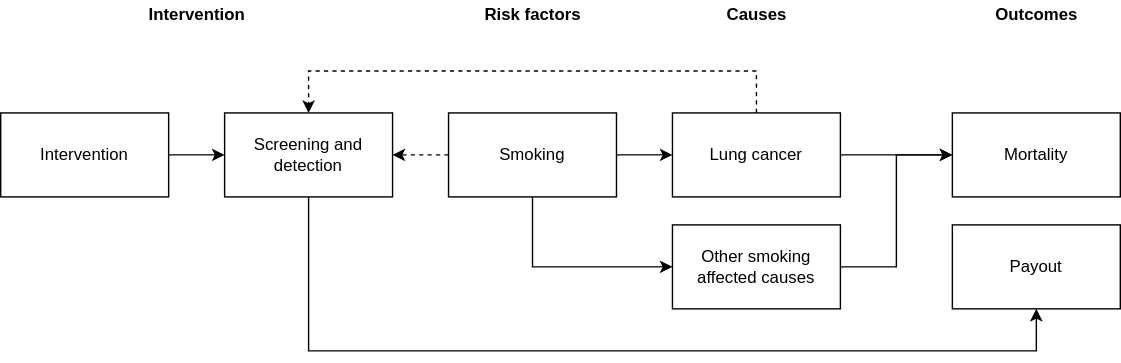
ihmeuw/vivarium_research keeps this draw.io diagram as docs/source/concept_models/vivarium_swissre_lungcancer/concept_model_diagram.svg. Above is the earlier version. Source tidied: cells renumbered, new cells last; positions are measured from the earlier drawing's top-left corner, leaving out a move shared by most shapes.
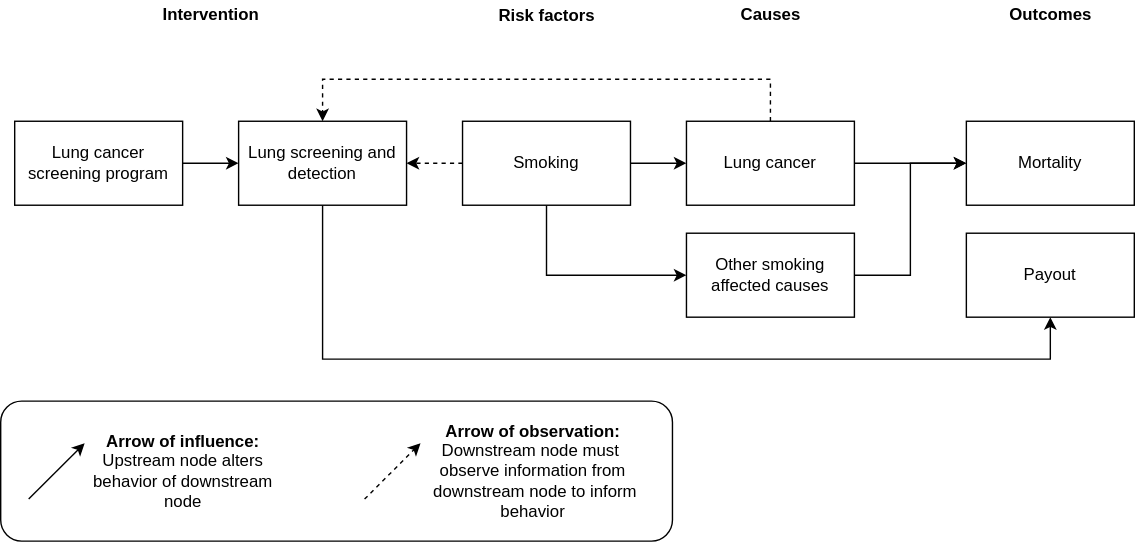
The same diagram one commit later.

Commit message:
update concept model diagram with legend

Change to the diagram source:
```diff
@@ -2,10 +2,13 @@
   <root>
     <mxCell id="0" />
     <mxCell id="1" parent="0" />
+    <mxCell id="21" style="rounded=1;whiteSpace=wrap;html=1;" parent="1" vertex="1">
+      <mxGeometry x="-10" y="280" width="480" height="100" as="geometry" />
+    </mxCell>
     <mxCell id="2" style="edgeStyle=orthogonalEdgeStyle;rounded=0;jettySize=auto;html=1;exitX=1;exitY=0.5;exitDx=0;exitDy=0;entryX=0;entryY=0.5;entryDx=0;entryDy=0;" parent="1" edge="1" source="3" target="5">
       <mxGeometry relative="1" as="geometry" />
     </mxCell>
-    <mxCell id="3" value="Intervention" style="rounded=0;whiteSpace=wrap;html=1;" parent="1" vertex="1">
+    <mxCell id="3" value="Lung cancer screening program" style="rounded=0;whiteSpace=wrap;html=1;" parent="1" vertex="1">
       <mxGeometry y="80" width="120" height="60" as="geometry" />
     </mxCell>
     <mxCell id="4" style="edgeStyle=orthogonalEdgeStyle;rounded=0;jettySize=auto;html=1;exitX=0.5;exitY=1;exitDx=0;exitDy=0;entryX=0.5;entryY=1;entryDx=0;entryDy=0;" parent="1" edge="1" source="5" target="16">
@@ -16,7 +19,7 @@
         </Array>
       </mxGeometry>
     </mxCell>
-    <mxCell id="5" value="Screening and detection" style="rounded=0;whiteSpace=wrap;html=1;" parent="1" vertex="1">
+    <mxCell id="5" value="Lung screening and detection" style="rounded=0;whiteSpace=wrap;html=1;" parent="1" vertex="1">
       <mxGeometry x="160" y="80" width="120" height="60" as="geometry" />
     </mxCell>
     <mxCell id="6" style="edgeStyle=orthogonalEdgeStyle;rounded=0;jettySize=auto;html=1;exitX=1;exitY=0.5;exitDx=0;exitDy=0;entryX=0;entryY=0.5;entryDx=0;entryDy=0;" parent="1" edge="1" source="9" target="12">
@@ -60,16 +63,34 @@
       <mxGeometry x="680" y="160" width="120" height="60" as="geometry" />
     </mxCell>
     <mxCell id="17" value="Intervention " style="text;html=1;align=center;verticalAlign=middle;fontStyle=1;" parent="1" vertex="1">
-      <mxGeometry x="100" width="80" height="20" as="geometry" />
+      <mxGeometry x="100" y="-6" width="80" height="20" as="geometry" />
     </mxCell>
     <mxCell id="18" value="Risk factors&lt;span style=&quot;color: rgba(0 , 0 , 0 , 0) ; font-family: monospace ; font-size: 0px ; font-weight: 400&quot;&gt;%3CmxGraphModel%3E%3Croot%3E%3CmxCell%20id%3D%220%22%2F%3E%3CmxCell%20id%3D%221%22%20parent%3D%220%22%2F%3E%3CmxCell%20id%3D%222%22%20value%3D%22Intervention%20%26lt%3Bbr%26gt%3Bcoverage%22%20style%3D%22text%3Bhtml%3D1%3Balign%3Dcenter%3BverticalAlign%3Dmiddle%3Bresizable%3D0%3Bpoints%3D%5B%5D%3Bautosize%3D1%3BfontStyle%3D1%22%20vertex%3D%221%22%20parent%3D%221%22%3E%3CmxGeometry%20x%3D%22140%22%20y%3D%2280%22%20width%3D%2280%22%20height%3D%2230%22%20as%3D%22geometry%22%2F%3E%3C%2FmxCell%3E%3C%2Froot%3E%3C%2FmxGraphModel%3E&lt;/span&gt;" style="text;html=1;align=center;verticalAlign=middle;fontStyle=1;" parent="1" vertex="1">
-      <mxGeometry x="340" width="80" height="20" as="geometry" />
+      <mxGeometry x="340" y="-5" width="80" height="20" as="geometry" />
     </mxCell>
     <mxCell id="19" value="Causes" style="text;html=1;align=center;verticalAlign=middle;fontStyle=1;" parent="1" vertex="1">
-      <mxGeometry x="510" width="60" height="20" as="geometry" />
+      <mxGeometry x="510" y="-6" width="60" height="20" as="geometry" />
     </mxCell>
     <mxCell id="20" value="Outcomes" style="text;html=1;align=center;verticalAlign=middle;fontStyle=1;" parent="1" vertex="1">
-      <mxGeometry x="705" width="70" height="20" as="geometry" />
+      <mxGeometry x="705" y="-6" width="70" height="20" as="geometry" />
     </mxCell>
+    <mxCell id="22" style="endArrow=classic;html=1;" parent="1" edge="1">
+      <mxGeometry relative="1" as="geometry">
+        <mxPoint x="10" y="350" as="sourcePoint" />
+        <mxPoint x="50" y="310" as="targetPoint" />
+      </mxGeometry>
+    </mxCell>
+    <mxCell id="23" value="&lt;b&gt;Arrow of influence:&lt;br&gt;&lt;/b&gt;Upstream node alters &lt;br&gt;behavior of downstream &lt;br&gt;node" style="text;html=1;align=center;verticalAlign=middle;" parent="1" vertex="1">
+      <mxGeometry x="50" y="300" width="140" height="60" as="geometry" />
+    </mxCell>
+    <mxCell id="24" style="endArrow=classic;html=1;dashed=1;" parent="1" edge="1">
+      <mxGeometry relative="1" as="geometry">
+        <mxPoint x="250" y="350" as="sourcePoint" />
+        <mxPoint x="290" y="310" as="targetPoint" />
+      </mxGeometry>
+    </mxCell>
+    <mxCell id="25" value="&lt;b&gt;Arrow of observation:&lt;br&gt;&lt;/b&gt;Downstream node must&amp;nbsp;&lt;br&gt;observe information from&lt;br&gt;&amp;nbsp;downstream node to inform&lt;br&gt;behavior" style="text;html=1;align=center;verticalAlign=middle;" parent="1" vertex="1">
+      <mxGeometry x="290" y="290" width="160" height="80" as="geometry" />
+    </mxCell>
   </root>
 </mxGraphModel>
```
